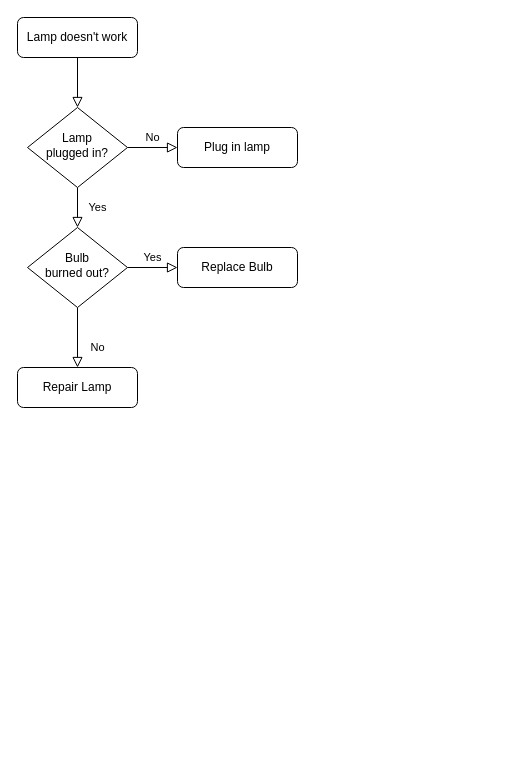
Above: Untitled Diagram.drawio in windowdong11/flowchart (draw.io), before the change. Source tidied: cells renumbered, new cells numbered last; positions are measured from the earlier drawing's top-left corner, leaving out a move shared by most shapes. Both pictures are drawn from the tidied source at 100%, with x=0, y=0 at pixel (17, 17).
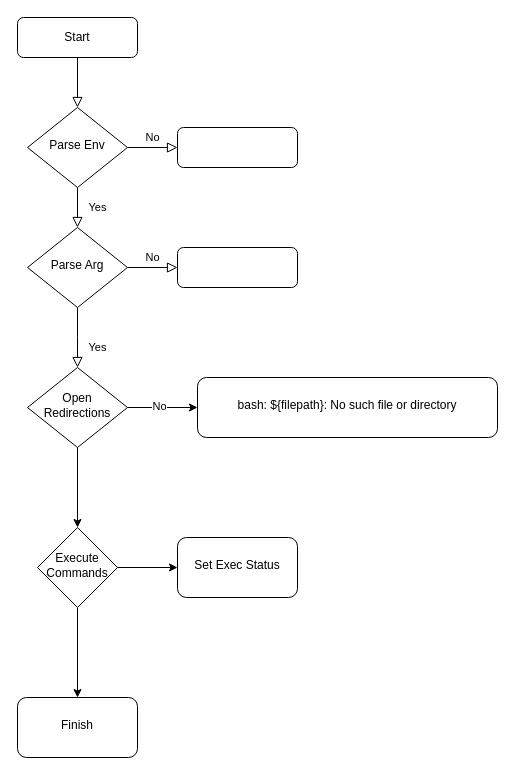
After the change.

The edit, as a diff of the source:
```diff
@@
-    <mxCell id="3" value="Lamp doesn't work" style="rounded=1;whiteSpace=wrap;html=1;fontSize=12;glass=0;strokeWidth=1;shadow=0;" parent="1" vertex="1">
+    <mxCell id="3" value="Start" style="rounded=1;whiteSpace=wrap;html=1;fontSize=12;glass=0;strokeWidth=1;shadow=0;" parent="1" vertex="1">
       <mxGeometry width="120" height="40" as="geometry" />
     </mxCell>
@@
-    <mxCell id="6" value="Lamp&lt;br&gt;plugged in?" style="rhombus;whiteSpace=wrap;html=1;shadow=0;fontFamily=Helvetica;fontSize=12;align=center;strokeWidth=1;spacing=6;spacingTop=-4;" parent="1" vertex="1">
+    <mxCell id="6" value="Parse Env" style="rhombus;whiteSpace=wrap;html=1;shadow=0;fontFamily=Helvetica;fontSize=12;align=center;strokeWidth=1;spacing=6;spacingTop=-4;" parent="1" vertex="1">
       <mxGeometry x="10" y="90" width="100" height="80" as="geometry" />
     </mxCell>
-    <mxCell id="7" value="Plug in lamp" style="rounded=1;whiteSpace=wrap;html=1;fontSize=12;glass=0;strokeWidth=1;shadow=0;" parent="1" vertex="1">
+    <mxCell id="7" style="rounded=1;whiteSpace=wrap;html=1;fontSize=12;glass=0;strokeWidth=1;shadow=0;" parent="1" vertex="1">
       <mxGeometry x="160" y="110" width="120" height="40" as="geometry" />
     </mxCell>
-    <mxCell id="8" value="No" style="rounded=0;html=1;jettySize=auto;fontSize=11;endArrow=block;endFill=0;endSize=8;strokeWidth=1;shadow=0;labelBackgroundColor=none;edgeStyle=orthogonalEdgeStyle;" parent="1" edge="1" source="10" target="11">
-      <mxGeometry x="0.33" y="20" relative="1" as="geometry" />
+    <mxCell id="8" value="Yes" style="rounded=0;html=1;jettySize=auto;fontSize=11;endArrow=block;endFill=0;endSize=8;strokeWidth=1;shadow=0;labelBackgroundColor=none;edgeStyle=orthogonalEdgeStyle;" parent="1" edge="1" source="10">
+      <mxGeometry x="0.33" y="20" relative="1" as="geometry">
+        <mxPoint x="60" y="350" as="targetPoint" />
+      </mxGeometry>
     </mxCell>
-    <mxCell id="9" value="Yes" style="edgeStyle=orthogonalEdgeStyle;rounded=0;html=1;jettySize=auto;fontSize=11;endArrow=block;endFill=0;endSize=8;strokeWidth=1;shadow=0;labelBackgroundColor=none;" parent="1" edge="1" source="10" target="12">
+    <mxCell id="9" value="No" style="edgeStyle=orthogonalEdgeStyle;rounded=0;html=1;jettySize=auto;fontSize=11;endArrow=block;endFill=0;endSize=8;strokeWidth=1;shadow=0;labelBackgroundColor=none;" parent="1" edge="1" source="10" target="12">
       <mxGeometry y="10" relative="1" as="geometry" />
     </mxCell>
-    <mxCell id="10" value="Bulb&lt;br&gt;burned out?" style="rhombus;whiteSpace=wrap;html=1;shadow=0;fontFamily=Helvetica;fontSize=12;align=center;strokeWidth=1;spacing=6;spacingTop=-4;" parent="1" vertex="1">
+    <mxCell id="10" value="Parse Arg" style="rhombus;whiteSpace=wrap;html=1;shadow=0;fontFamily=Helvetica;fontSize=12;align=center;strokeWidth=1;spacing=6;spacingTop=-4;" parent="1" vertex="1">
       <mxGeometry x="10" y="210" width="100" height="80" as="geometry" />
     </mxCell>
-    <mxCell id="11" value="Repair Lamp" style="rounded=1;whiteSpace=wrap;html=1;fontSize=12;glass=0;strokeWidth=1;shadow=0;" parent="1" vertex="1">
-      <mxGeometry y="350" width="120" height="40" as="geometry" />
-    </mxCell>
-    <mxCell id="12" value="Replace Bulb" style="rounded=1;whiteSpace=wrap;html=1;fontSize=12;glass=0;strokeWidth=1;shadow=0;" parent="1" vertex="1">
+    <mxCell id="12" style="rounded=1;whiteSpace=wrap;html=1;fontSize=12;glass=0;strokeWidth=1;shadow=0;" parent="1" vertex="1">
       <mxGeometry x="160" y="230" width="120" height="40" as="geometry" />
     </mxCell>
+    <mxCell id="13" style="edgeStyle=orthogonalEdgeStyle;rounded=0;jettySize=auto;html=1;" parent="1" edge="1" source="16" target="19">
+      <mxGeometry relative="1" as="geometry" />
+    </mxCell>
+    <mxCell id="14" style="edgeStyle=orthogonalEdgeStyle;rounded=0;jettySize=auto;html=1;" parent="1" edge="1" source="16" target="21">
+      <mxGeometry relative="1" as="geometry" />
+    </mxCell>
+    <mxCell id="15" value="No" style="edgeLabel;html=1;align=center;verticalAlign=middle;" parent="14" vertex="1">
+      <mxGeometry x="-0.12" y="2" relative="1" as="geometry" />
+    </mxCell>
+    <mxCell id="16" value="Open Redirections" style="rhombus;whiteSpace=wrap;html=1;shadow=0;fontFamily=Helvetica;fontSize=12;align=center;strokeWidth=1;spacing=6;spacingTop=-4;" parent="1" vertex="1">
+      <mxGeometry x="10" y="350" width="100" height="80" as="geometry" />
+    </mxCell>
+    <mxCell id="17" style="edgeStyle=orthogonalEdgeStyle;rounded=0;jettySize=auto;html=1;" parent="1" edge="1" source="19" target="20">
+      <mxGeometry relative="1" as="geometry" />
+    </mxCell>
+    <mxCell id="18" style="edgeStyle=orthogonalEdgeStyle;rounded=0;jettySize=auto;html=1;" parent="1" edge="1" source="19" target="22">
+      <mxGeometry relative="1" as="geometry" />
+    </mxCell>
+    <mxCell id="19" value="Execute Commands" style="rhombus;whiteSpace=wrap;html=1;shadow=0;strokeWidth=1;spacing=6;spacingTop=-4;" parent="1" vertex="1">
+      <mxGeometry x="20" y="510" width="80" height="80" as="geometry" />
+    </mxCell>
+    <mxCell id="20" value="Finish" style="rounded=1;whiteSpace=wrap;html=1;shadow=0;strokeWidth=1;spacing=6;spacingTop=-4;" parent="1" vertex="1">
+      <mxGeometry y="680" width="120" height="60" as="geometry" />
+    </mxCell>
+    <mxCell id="21" value="bash: ${filepath}: No such file or directory" style="rounded=1;whiteSpace=wrap;html=1;shadow=0;strokeWidth=1;spacing=6;spacingTop=-4;" parent="1" vertex="1">
+      <mxGeometry x="180" y="360" width="300" height="60" as="geometry" />
+    </mxCell>
+    <mxCell id="22" value="Set Exec Status" style="rounded=1;whiteSpace=wrap;html=1;shadow=0;strokeWidth=1;spacing=6;spacingTop=-4;" parent="1" vertex="1">
+      <mxGeometry x="160" y="520" width="120" height="60" as="geometry" />
+    </mxCell>
```
